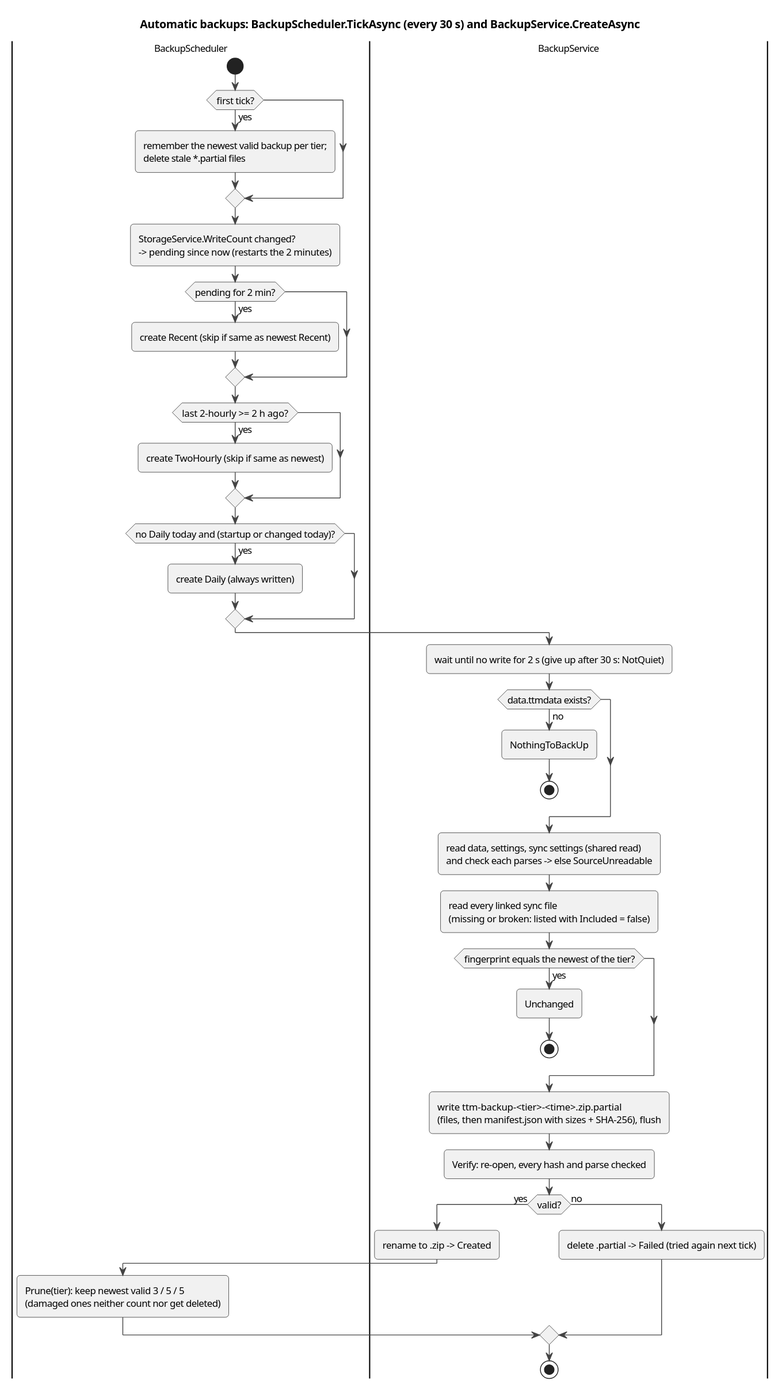
Before: docs/architecture/diagrams/act-backup.svg, a diagram exported from PlantUML (halatsWol/TextTemplateManager-v2). The source it was exported from:
```plantuml
@startuml
!include _style.iuml
title Automatic backups: BackupScheduler.TickAsync (every 30 s) and BackupService.CreateAsync

|BackupScheduler|
start
if (first tick?) then (yes)
  :remember the newest valid backup per tier;\ndelete stale *.partial files;
endif
:StorageService.WriteCount changed?\n-> pending since now (restarts the 2 minutes);
if (pending for 2 min?) then (yes)
  :create Recent (skip if same as newest Recent);
endif
if (last 2-hourly >= 2 h ago?) then (yes)
  :create TwoHourly (skip if same as newest);
endif
if (no Daily today and (startup or changed today)?) then (yes)
  :create Daily (always written);
endif
|BackupService|
:wait until no write for 2 s (give up after 30 s: NotQuiet);
if (data.ttmdata exists?) then (no)
  :NothingToBackUp;
  stop
endif
:read data, settings, sync settings (shared read)\nand check each parses -> else SourceUnreadable;
:read every linked sync file\n(missing or broken: listed with Included = false);
if (fingerprint equals the newest of the tier?) then (yes)
  :Unchanged;
  stop
endif
:write ttm-backup-<tier>-<time>.zip.partial\n(files, then manifest.json with sizes + SHA-256), flush;
:Verify: re-open, every hash and parse checked;
if (valid?) then (yes)
  :rename to .zip -> Created;
  |BackupScheduler|
  :Prune(tier): keep newest valid 3 / 5 / 5\n(damaged ones neither count nor get deleted);
else (no)
  |BackupService|
  :delete .partial -> Failed (tried again next tick);
endif
stop
@enduml
```
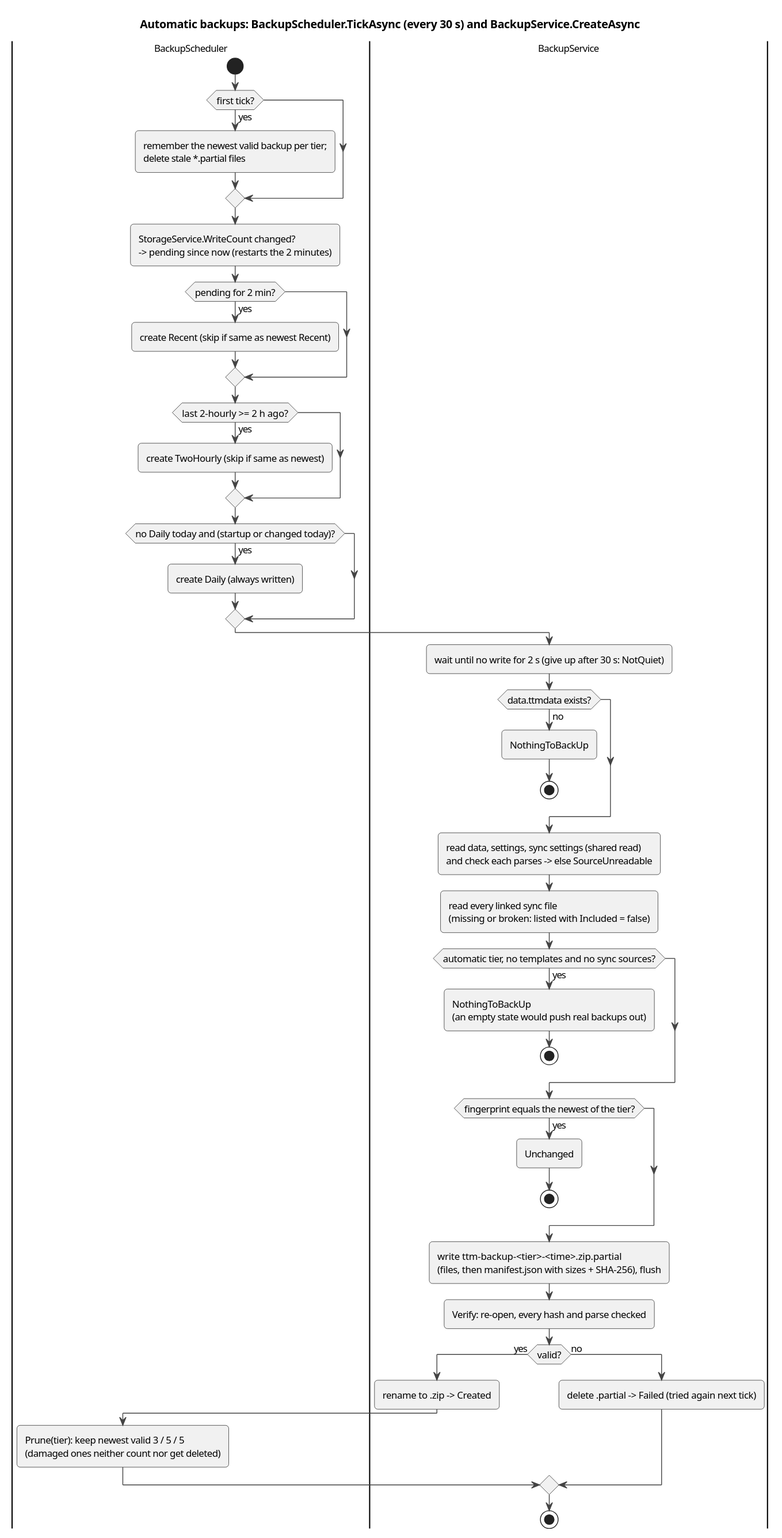
After the commit.

Commit message:
no automatic backups of an empty state

What changed in the source:
```diff
@@ -25,6 +25,10 @@
 endif
 :read data, settings, sync settings (shared read)\nand check each parses -> else SourceUnreadable;
 :read every linked sync file\n(missing or broken: listed with Included = false);
+if (automatic tier, no templates and no sync sources?) then (yes)
+  :NothingToBackUp\n(an empty state would push real backups out);
+  stop
+endif
 if (fingerprint equals the newest of the tier?) then (yes)
   :Unchanged;
   stop
```
